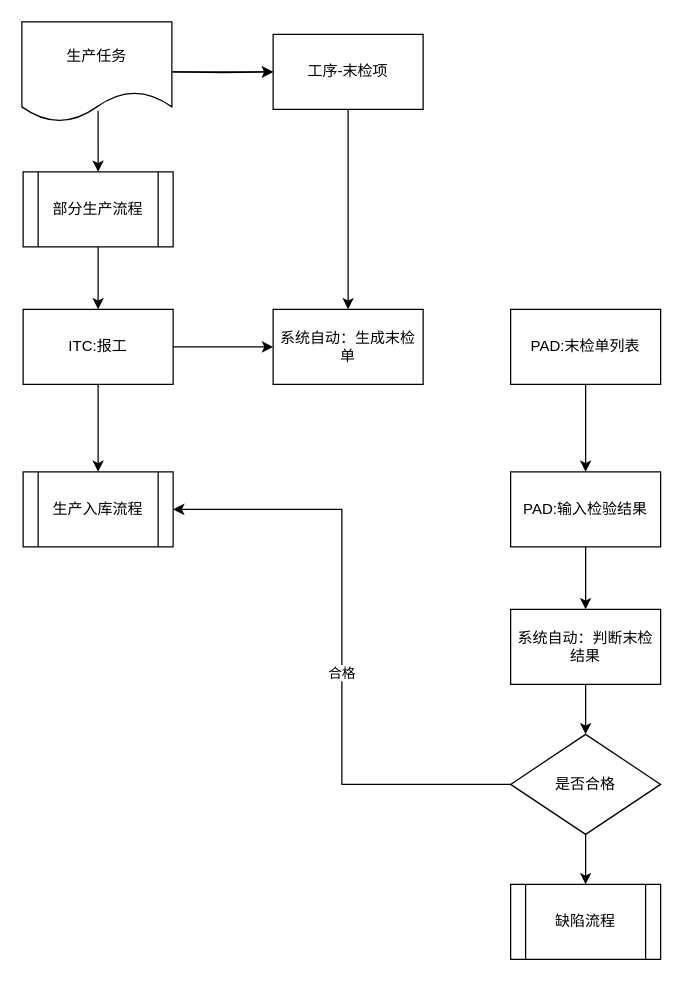
sstlin/os-shell keeps this draw.io diagram as page "末检" (3 of 6) of 首检流程.drawio. Above is the earlier version. Source tidied: cells renumbered, new cells numbered last; positions are measured from the earlier drawing's top-left corner, leaving out a move shared by most shapes. Both pictures are drawn from the tidied source at 125%, with x=0, y=0 at pixel (21, 21).
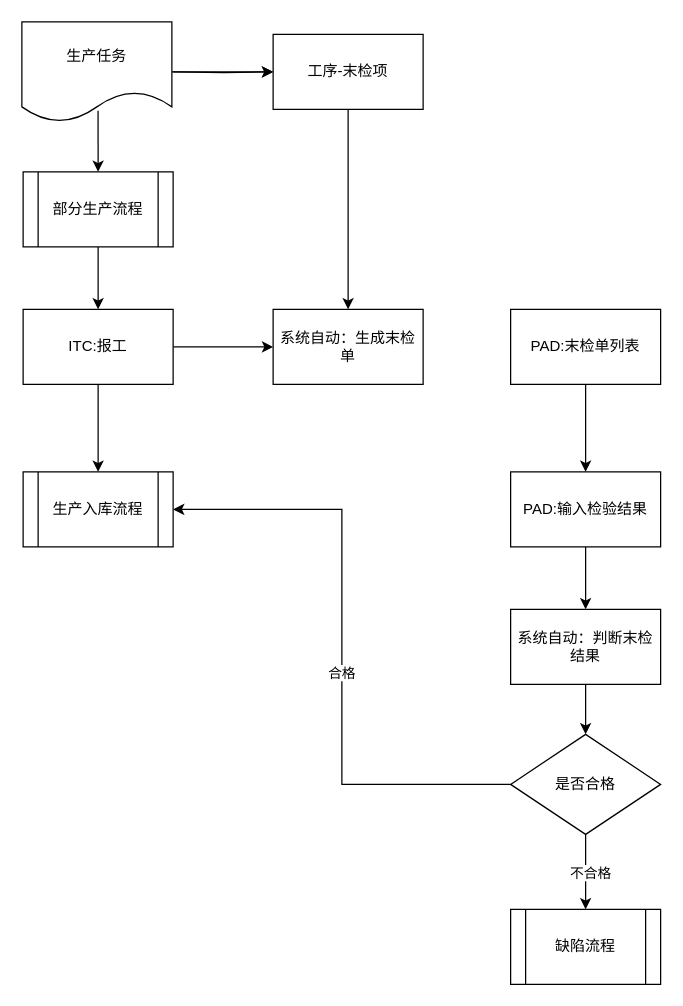
The same diagram, later.

The change refers to these unchanged cells:
```xml
<mxCell id="23" style="edgeStyle=orthogonalEdgeStyle;rounded=0;jettySize=auto;html=1;exitX=0.5;exitY=1;exitDx=0;exitDy=0;entryX=0.5;entryY=0;entryDx=0;entryDy=0;" parent="1" edge="1" source="24" target="25">
  <mxGeometry relative="1" as="geometry" />
</mxCell>
```

Diff of the diagram source:
```diff
@@
+    <mxCell id="26" value="不合格" style="edgeLabel;html=1;align=center;verticalAlign=middle;" parent="23" vertex="1">
+      <mxGeometry y="3" relative="1" as="geometry" />
+    </mxCell>
@@
     <mxCell id="25" value="缺陷流程" style="shape=process;whiteSpace=wrap;html=1;backgroundOutline=1;" parent="1" vertex="1">
-      <mxGeometry x="391" y="690" width="120" height="60" as="geometry" />
+      <mxGeometry x="391" y="710" width="120" height="60" as="geometry" />
     </mxCell>
```
